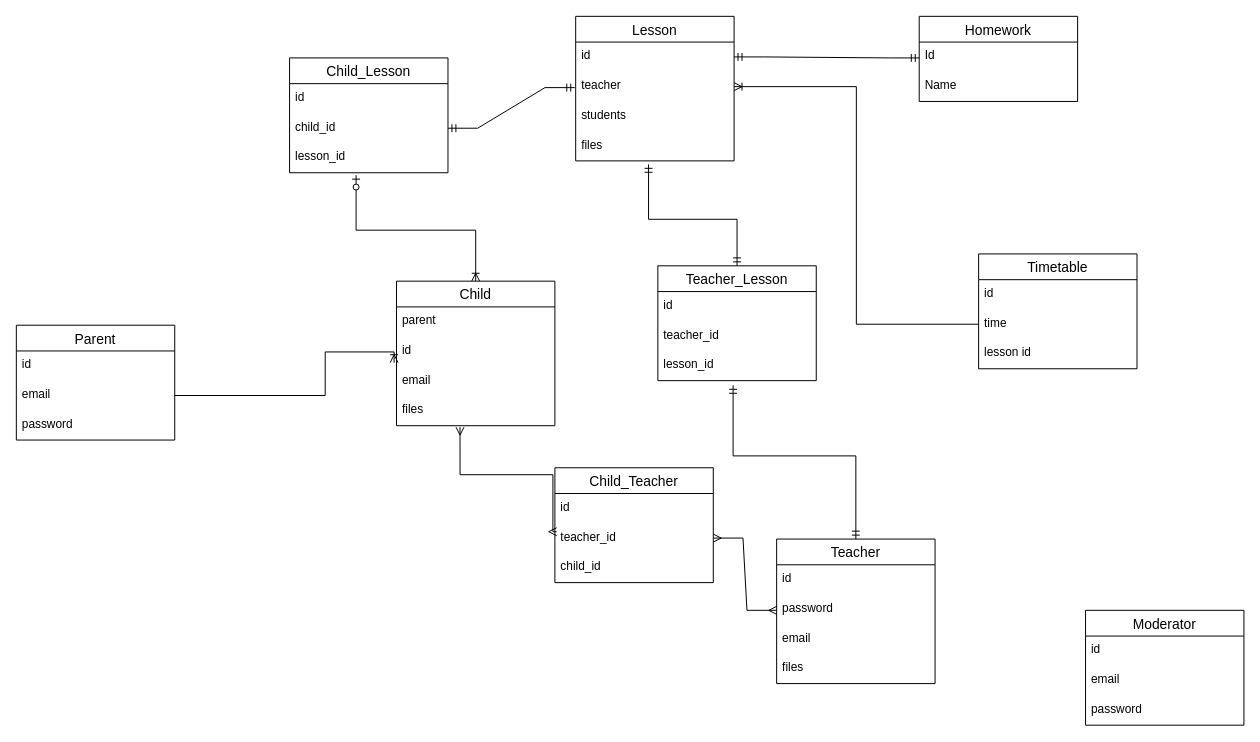
Above: idea/shema.drawio in zeils/teachers (draw.io), before the change. Source tidied: cells renumbered, new cells numbered last; positions are measured from the earlier drawing's top-left corner, leaving out a move shared by most shapes. Both pictures are drawn from the tidied source at 99%, with x=0, y=0 at pixel (16, 16).
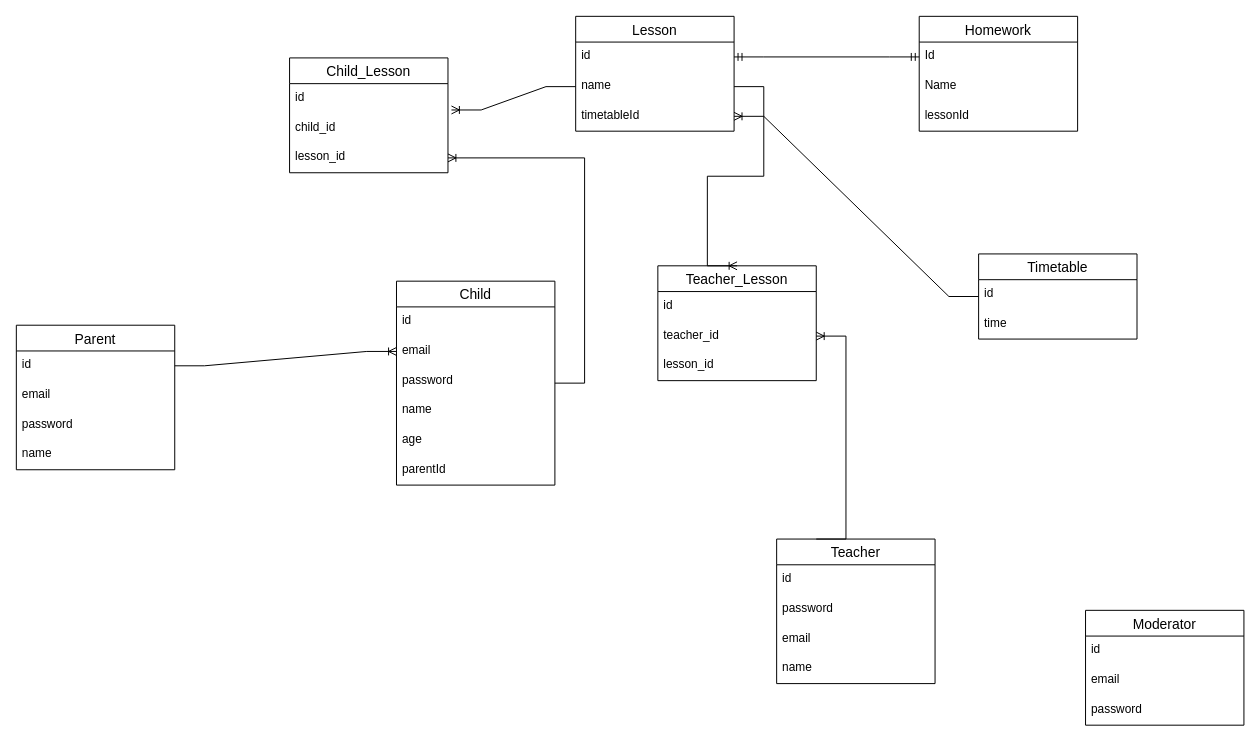
Above is the later version.

Unchanged cells that the change refers to:
```xml
<mxCell id="8" value="id" style="text;strokeColor=none;fillColor=none;spacingLeft=4;spacingRight=4;overflow=hidden;points=[[0,0.5],[1,0.5]];portConstraint=eastwest;fontSize=12;" parent="7" vertex="1">
  <mxGeometry y="26" width="160" height="30" as="geometry" />
</mxCell>
<mxCell id="13" value="id" style="text;strokeColor=none;fillColor=none;spacingLeft=4;spacingRight=4;overflow=hidden;points=[[0,0.5],[1,0.5]];portConstraint=eastwest;fontSize=12;" parent="12" vertex="1">
  <mxGeometry y="26" width="160" height="30" as="geometry" />
</mxCell>
<mxCell id="14" value="email" style="text;strokeColor=none;fillColor=none;spacingLeft=4;spacingRight=4;overflow=hidden;points=[[0,0.5],[1,0.5]];portConstraint=eastwest;fontSize=12;" parent="12" vertex="1">
  <mxGeometry y="56" width="160" height="30" as="geometry" />
</mxCell>
<mxCell id="18" value="time" style="text;strokeColor=none;fillColor=none;spacingLeft=4;spacingRight=4;overflow=hidden;points=[[0,0.5],[1,0.5]];portConstraint=eastwest;fontSize=12;" parent="16" vertex="1">
  <mxGeometry y="56" width="160" height="30" as="geometry" />
</mxCell>
<mxCell id="20" value="Teacher" style="swimlane;fontStyle=0;horizontal=1;startSize=26;align=center;fontSize=14;" parent="1" vertex="1">
  <mxGeometry x="768" y="528" width="160" height="146" as="geometry" />
</mxCell>
<mxCell id="31" value="Teacher_Lesson" style="swimlane;fontStyle=0;horizontal=1;startSize=26;align=center;fontSize=14;gradientColor=none;" parent="1" vertex="1">
  <mxGeometry x="648" y="252" width="160" height="116" as="geometry" />
</mxCell>
<mxCell id="33" value="teacher_id" style="text;strokeColor=none;fillColor=none;spacingLeft=4;spacingRight=4;overflow=hidden;points=[[0,0.5],[1,0.5]];portConstraint=eastwest;fontSize=12;" parent="31" vertex="1">
  <mxGeometry y="56" width="160" height="30" as="geometry" />
</mxCell>
<mxCell id="34" value="lesson_id" style="text;strokeColor=none;fillColor=none;spacingLeft=4;spacingRight=4;overflow=hidden;points=[[0,0.5],[1,0.5]];portConstraint=eastwest;fontSize=12;" parent="31" vertex="1">
  <mxGeometry y="86" width="160" height="30" as="geometry" />
</mxCell>
<mxCell id="37" value="child_id" style="text;strokeColor=none;fillColor=none;spacingLeft=4;spacingRight=4;overflow=hidden;points=[[0,0.5],[1,0.5]];portConstraint=eastwest;fontSize=12;" parent="35" vertex="1">
  <mxGeometry y="56" width="160" height="30" as="geometry" />
</mxCell>
<mxCell id="38" value="lesson_id" style="text;strokeColor=none;fillColor=none;spacingLeft=4;spacingRight=4;overflow=hidden;points=[[0,0.5],[1,0.5]];portConstraint=eastwest;fontSize=12;" parent="35" vertex="1">
  <mxGeometry y="86" width="160" height="30" as="geometry" />
</mxCell>
<mxCell id="50" value="Id" style="text;strokeColor=none;fillColor=none;spacingLeft=4;spacingRight=4;overflow=hidden;points=[[0,0.5],[1,0.5]];portConstraint=eastwest;fontSize=12;" parent="49" vertex="1">
  <mxGeometry y="26" width="160" height="30" as="geometry" />
</mxCell>
```

The edit, as a diff of the source:
```diff
@@
     <mxCell id="2" value="Child" style="swimlane;fontStyle=0;horizontal=1;startSize=26;align=center;fontSize=14;" parent="1" vertex="1">
-      <mxGeometry x="384" y="267.5" width="160" height="146" as="geometry" />
+      <mxGeometry x="384" y="267.5" width="160" height="206" as="geometry" />
     </mxCell>
-    <mxCell id="3" value="parent" style="text;strokeColor=none;fillColor=none;spacingLeft=4;spacingRight=4;overflow=hidden;fontSize=12;" parent="2" vertex="1">
+    <mxCell id="3" value="id" style="text;strokeColor=none;fillColor=none;spacingLeft=4;spacingRight=4;overflow=hidden;fontSize=12;" parent="2" vertex="1">
       <mxGeometry y="26" width="160" height="30" as="geometry" />
     </mxCell>
-    <mxCell id="4" value="id" style="text;strokeColor=none;fillColor=none;spacingLeft=4;spacingRight=4;overflow=hidden;points=[[0,0.5],[1,0.5]];portConstraint=eastwest;fontSize=12;" parent="2" vertex="1">
+    <mxCell id="4" value="email" style="text;strokeColor=none;fillColor=none;spacingLeft=4;spacingRight=4;overflow=hidden;points=[[0,0.5],[1,0.5]];portConstraint=eastwest;fontSize=12;" parent="2" vertex="1">
       <mxGeometry y="56" width="160" height="30" as="geometry" />
     </mxCell>
-    <mxCell id="5" value="email" style="text;strokeColor=none;fillColor=none;spacingLeft=4;spacingRight=4;overflow=hidden;fontSize=12;" parent="2" vertex="1">
+    <mxCell id="5" value="password" style="text;strokeColor=none;fillColor=none;spacingLeft=4;spacingRight=4;overflow=hidden;fontSize=12;" parent="2" vertex="1">
       <mxGeometry y="86" width="160" height="30" as="geometry" />
     </mxCell>
-    <mxCell id="6" value="files" style="text;strokeColor=none;fillColor=none;spacingLeft=4;spacingRight=4;overflow=hidden;points=[[0,0.5],[1,0.5]];portConstraint=eastwest;fontSize=12;" parent="2" vertex="1">
+    <mxCell id="6" value="name" style="text;strokeColor=none;fillColor=none;spacingLeft=4;spacingRight=4;overflow=hidden;points=[[0,0.5],[1,0.5]];portConstraint=eastwest;fontSize=12;" parent="2" vertex="1">
       <mxGeometry y="116" width="160" height="30" as="geometry" />
     </mxCell>
+    <mxCell id="53" value="age" style="text;strokeColor=none;fillColor=none;spacingLeft=4;spacingRight=4;overflow=hidden;fontSize=12;" parent="2" vertex="1">
+      <mxGeometry y="146" width="160" height="30" as="geometry" />
+    </mxCell>
+    <mxCell id="54" value="parentId" style="text;strokeColor=none;fillColor=none;spacingLeft=4;spacingRight=4;overflow=hidden;fontSize=12;" parent="2" vertex="1">
+      <mxGeometry y="176" width="160" height="30" as="geometry" />
+    </mxCell>
     <mxCell id="7" value="Lesson" style="swimlane;fontStyle=0;horizontal=1;startSize=26;align=center;fontSize=14;" parent="1" vertex="1">
-      <mxGeometry x="565" width="160" height="146" as="geometry" />
+      <mxGeometry x="565" width="160" height="116" as="geometry" />
     </mxCell>
@@
-    <mxCell id="9" value="teacher" style="text;strokeColor=none;fillColor=none;spacingLeft=4;spacingRight=4;overflow=hidden;points=[[0,0.5],[1,0.5]];portConstraint=eastwest;fontSize=12;" parent="7" vertex="1">
+    <mxCell id="9" value="name" style="text;strokeColor=none;fillColor=none;spacingLeft=4;spacingRight=4;overflow=hidden;points=[[0,0.5],[1,0.5]];portConstraint=eastwest;fontSize=12;" parent="7" vertex="1">
       <mxGeometry y="56" width="160" height="30" as="geometry" />
     </mxCell>
-    <mxCell id="10" value="students" style="text;strokeColor=none;fillColor=none;spacingLeft=4;spacingRight=4;overflow=hidden;points=[[0,0.5],[1,0.5]];portConstraint=eastwest;fontSize=12;" parent="7" vertex="1">
+    <mxCell id="10" value="timetableId" style="text;strokeColor=none;fillColor=none;spacingLeft=4;spacingRight=4;overflow=hidden;points=[[0,0.5],[1,0.5]];portConstraint=eastwest;fontSize=12;" parent="7" vertex="1">
       <mxGeometry y="86" width="160" height="30" as="geometry" />
     </mxCell>
-    <mxCell id="11" value="files" style="text;strokeColor=none;fillColor=none;spacingLeft=4;spacingRight=4;overflow=hidden;points=[[0,0.5],[1,0.5]];portConstraint=eastwest;fontSize=12;" parent="7" vertex="1">
-      <mxGeometry y="116" width="160" height="30" as="geometry" />
-    </mxCell>
     <mxCell id="12" value="Parent" style="swimlane;fontStyle=0;horizontal=1;startSize=26;align=center;fontSize=14;gradientColor=none;" parent="1" vertex="1">
-      <mxGeometry y="312" width="160" height="116" as="geometry" />
+      <mxGeometry y="312" width="160" height="146" as="geometry" />
     </mxCell>
@@
+    <mxCell id="55" value="name" style="text;strokeColor=none;fillColor=none;spacingLeft=4;spacingRight=4;overflow=hidden;fontSize=12;" parent="12" vertex="1">
+      <mxGeometry y="116" width="160" height="30" as="geometry" />
+    </mxCell>
     <mxCell id="16" value="Timetable" style="swimlane;fontStyle=0;horizontal=1;startSize=26;align=center;fontSize=14;" parent="1" vertex="1">
-      <mxGeometry x="972" y="240" width="160" height="116" as="geometry" />
+      <mxGeometry x="972" y="240" width="160" height="86" as="geometry" />
     </mxCell>
@@
-    <mxCell id="19" value="lesson id" style="text;strokeColor=none;fillColor=none;spacingLeft=4;spacingRight=4;overflow=hidden;fontSize=12;" parent="16" vertex="1">
-      <mxGeometry y="86" width="160" height="30" as="geometry" />
-    </mxCell>
@@
-    <mxCell id="24" value="files" style="text;strokeColor=none;fillColor=none;spacingLeft=4;spacingRight=4;overflow=hidden;fontSize=12;" parent="20" vertex="1">
+    <mxCell id="24" value="name" style="text;strokeColor=none;fillColor=none;spacingLeft=4;spacingRight=4;overflow=hidden;fontSize=12;" parent="20" vertex="1">
       <mxGeometry y="116" width="160" height="30" as="geometry" />
     </mxCell>
@@
-    <mxCell id="29" style="edgeStyle=orthogonalEdgeStyle;fontSize=12;html=1;endArrow=ERoneToMany;rounded=0;entryX=1;entryY=0.5;entryDx=0;entryDy=0;exitX=0;exitY=0.5;exitDx=0;exitDy=0;" parent="1" edge="1" source="18" target="9">
-      <mxGeometry relative="1" as="geometry" />
-    </mxCell>
-    <mxCell id="30" style="edgeStyle=orthogonalEdgeStyle;fontSize=12;html=1;endArrow=ERoneToMany;rounded=0;exitX=1;exitY=0.5;exitDx=0;exitDy=0;entryX=-0.015;entryY=0.878;entryDx=0;entryDy=0;entryPerimeter=0;" parent="1" edge="1" source="14" target="4">
-      <mxGeometry relative="1" as="geometry">
-        <Array as="points">
-          <mxPoint x="312" y="383" />
-          <mxPoint x="312" y="339" />
-          <mxPoint x="382" y="339" />
-        </Array>
-      </mxGeometry>
-    </mxCell>
@@
-    <mxCell id="39" style="edgeStyle=entityRelationEdgeStyle;fontSize=12;html=1;endArrow=ERmandOne;startArrow=ERmandOne;rounded=0;exitX=1;exitY=0.5;exitDx=0;exitDy=0;" parent="1" edge="1" source="37">
-      <mxGeometry relative="1" as="geometry">
-        <mxPoint x="564" y="72" as="targetPoint" />
-      </mxGeometry>
-    </mxCell>
-    <mxCell id="40" style="edgeStyle=orthogonalEdgeStyle;fontSize=12;html=1;endArrow=ERoneToMany;startArrow=ERzeroToOne;rounded=0;entryX=0.5;entryY=0;entryDx=0;entryDy=0;exitX=0.42;exitY=1.082;exitDx=0;exitDy=0;exitPerimeter=0;" parent="1" edge="1" source="38" target="2">
-      <mxGeometry relative="1" as="geometry">
-        <Array as="points">
-          <mxPoint x="343" y="216" />
-          <mxPoint x="464" y="216" />
-        </Array>
-      </mxGeometry>
-    </mxCell>
-    <mxCell id="41" style="edgeStyle=orthogonalEdgeStyle;fontSize=12;html=1;endArrow=ERmandOne;startArrow=ERmandOne;rounded=0;entryX=0.5;entryY=0;entryDx=0;entryDy=0;exitX=0.475;exitY=1.158;exitDx=0;exitDy=0;exitPerimeter=0;" parent="1" edge="1" source="34" target="20">
-      <mxGeometry relative="1" as="geometry">
-        <Array as="points">
-          <mxPoint x="724" y="444" />
-          <mxPoint x="848" y="444" />
-        </Array>
-      </mxGeometry>
-    </mxCell>
-    <mxCell id="42" style="edgeStyle=orthogonalEdgeStyle;fontSize=12;html=1;endArrow=ERmandOne;startArrow=ERmandOne;rounded=0;entryX=0.5;entryY=0;entryDx=0;entryDy=0;exitX=0.46;exitY=1.118;exitDx=0;exitDy=0;exitPerimeter=0;" parent="1" edge="1" source="11" target="31">
-      <mxGeometry relative="1" as="geometry">
-        <Array as="points">
-          <mxPoint x="639" y="205" />
-          <mxPoint x="728" y="205" />
-        </Array>
-      </mxGeometry>
-    </mxCell>
-    <mxCell id="43" value="Child_Teacher" style="swimlane;fontStyle=0;horizontal=1;startSize=26;align=center;fontSize=14;gradientColor=none;" parent="1" vertex="1">
-      <mxGeometry x="544" y="456" width="160" height="116" as="geometry" />
-    </mxCell>
-    <mxCell id="44" value="id" style="text;strokeColor=none;fillColor=none;spacingLeft=4;spacingRight=4;overflow=hidden;fontSize=12;" parent="43" vertex="1">
-      <mxGeometry y="26" width="160" height="30" as="geometry" />
-    </mxCell>
-    <mxCell id="45" value="teacher_id" style="text;strokeColor=none;fillColor=none;spacingLeft=4;spacingRight=4;overflow=hidden;points=[[0,0.5],[1,0.5]];portConstraint=eastwest;fontSize=12;" parent="43" vertex="1">
-      <mxGeometry y="56" width="160" height="30" as="geometry" />
-    </mxCell>
-    <mxCell id="46" value="child_id" style="text;strokeColor=none;fillColor=none;spacingLeft=4;spacingRight=4;overflow=hidden;fontSize=12;" parent="43" vertex="1">
-      <mxGeometry y="86" width="160" height="30" as="geometry" />
-    </mxCell>
-    <mxCell id="47" style="edgeStyle=orthogonalEdgeStyle;fontSize=12;html=1;endArrow=ERmany;startArrow=ERmany;rounded=0;entryX=0.011;entryY=0.287;entryDx=0;entryDy=0;entryPerimeter=0;exitX=0.401;exitY=1.05;exitDx=0;exitDy=0;exitPerimeter=0;" parent="1" edge="1" source="6" target="45">
-      <mxGeometry relative="1" as="geometry">
-        <Array as="points">
-          <mxPoint x="448" y="463" />
-          <mxPoint x="542" y="463" />
-          <mxPoint x="542" y="521" />
-        </Array>
-      </mxGeometry>
-    </mxCell>
-    <mxCell id="48" style="edgeStyle=entityRelationEdgeStyle;fontSize=12;html=1;endArrow=ERmany;startArrow=ERmany;rounded=0;" parent="1" edge="1" source="45">
-      <mxGeometry relative="1" as="geometry">
-        <mxPoint x="768" y="600" as="targetPoint" />
-      </mxGeometry>
-    </mxCell>
     <mxCell id="49" value="Homework" style="swimlane;fontStyle=0;horizontal=1;startSize=26;align=center;fontSize=14;" parent="1" vertex="1">
-      <mxGeometry x="912" width="160" height="86" as="geometry" />
+      <mxGeometry x="912" width="160" height="116" as="geometry" />
     </mxCell>
@@
-    <mxCell id="52" style="edgeStyle=entityRelationEdgeStyle;fontSize=12;html=1;endArrow=ERmandOne;startArrow=ERmandOne;rounded=0;exitX=1;exitY=0.5;exitDx=0;exitDy=0;" parent="1" edge="1" source="8">
-      <mxGeometry relative="1" as="geometry">
-        <mxPoint x="912" y="42" as="targetPoint" />
-      </mxGeometry>
-    </mxCell>
+    <mxCell id="56" value="lessonId" style="text;strokeColor=none;fillColor=none;spacingLeft=4;spacingRight=4;overflow=hidden;fontSize=12;" parent="49" vertex="1">
+      <mxGeometry y="86" width="160" height="30" as="geometry" />
+    </mxCell>
+    <mxCell id="57" style="edgeStyle=entityRelationEdgeStyle;fontSize=12;html=1;endArrow=ERoneToMany;rounded=0;entryX=1;entryY=0.5;entryDx=0;entryDy=0;" parent="1" edge="1" source="2" target="38">
+      <mxGeometry relative="1" as="geometry" />
+    </mxCell>
+    <mxCell id="58" style="edgeStyle=entityRelationEdgeStyle;fontSize=12;html=1;endArrow=ERoneToMany;rounded=0;exitX=0;exitY=0.5;exitDx=0;exitDy=0;entryX=1.022;entryY=-0.114;entryDx=0;entryDy=0;entryPerimeter=0;" parent="1" edge="1" source="9" target="37">
+      <mxGeometry relative="1" as="geometry" />
+    </mxCell>
+    <mxCell id="59" style="edgeStyle=entityRelationEdgeStyle;fontSize=12;html=1;endArrow=ERmandOne;startArrow=ERmandOne;rounded=0;exitX=1;exitY=0.5;exitDx=0;exitDy=0;entryX=0;entryY=0.5;entryDx=0;entryDy=0;" parent="1" edge="1" source="8" target="50">
+      <mxGeometry relative="1" as="geometry" />
+    </mxCell>
+    <mxCell id="60" style="edgeStyle=entityRelationEdgeStyle;fontSize=12;html=1;endArrow=ERoneToMany;rounded=0;exitX=1;exitY=0.5;exitDx=0;exitDy=0;entryX=0;entryY=0.5;entryDx=0;entryDy=0;" parent="1" edge="1" source="13" target="4">
+      <mxGeometry relative="1" as="geometry" />
+    </mxCell>
+    <mxCell id="61" style="edgeStyle=entityRelationEdgeStyle;fontSize=12;html=1;endArrow=ERoneToMany;rounded=0;entryX=1;entryY=0.5;entryDx=0;entryDy=0;" parent="1" edge="1" source="16" target="10">
+      <mxGeometry relative="1" as="geometry" />
+    </mxCell>
+    <mxCell id="62" style="edgeStyle=entityRelationEdgeStyle;fontSize=12;html=1;endArrow=ERoneToMany;rounded=0;exitX=0.25;exitY=0;exitDx=0;exitDy=0;entryX=1;entryY=0.5;entryDx=0;entryDy=0;" parent="1" edge="1" source="20" target="33">
+      <mxGeometry relative="1" as="geometry" />
+    </mxCell>
+    <mxCell id="63" style="edgeStyle=entityRelationEdgeStyle;fontSize=12;html=1;endArrow=ERoneToMany;rounded=0;entryX=0.5;entryY=0;entryDx=0;entryDy=0;exitX=1;exitY=0.5;exitDx=0;exitDy=0;" parent="1" edge="1" source="9" target="31">
+      <mxGeometry relative="1" as="geometry" />
+    </mxCell>
```
